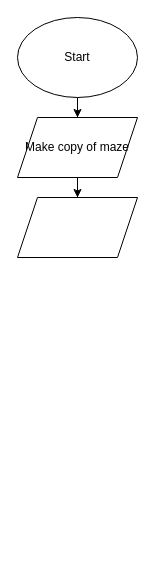
The draw.io diagram PathFinder 1.drawio in stanbennard/MazeProject2021, before the edit. Source tidied: cells renumbered, new cells numbered last; positions are measured from the earlier drawing's top-left corner, leaving out a move shared by most shapes. Both pictures are drawn from the tidied source at 100%, with x=0, y=0 at pixel (17, 17).
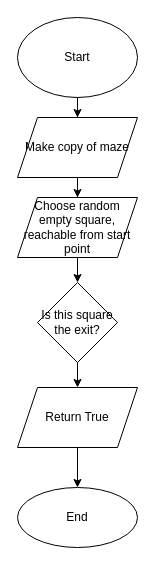
Above is the later version.

The edit, as a diff of the source:
```diff
@@
 <mxGraphModel>
   <root>
     <mxCell id="0" />
     <mxCell id="1" parent="0" />
     <mxCell id="2" style="edgeStyle=orthogonalEdgeStyle;rounded=0;jettySize=auto;html=1;" parent="1" edge="1" source="3" target="5">
       <mxGeometry relative="1" as="geometry" />
     </mxCell>
     <mxCell id="3" value="Start" style="ellipse;whiteSpace=wrap;html=1;" parent="1" vertex="1">
       <mxGeometry width="120" height="80" as="geometry" />
     </mxCell>
     <mxCell id="4" style="edgeStyle=orthogonalEdgeStyle;rounded=0;jettySize=auto;html=1;" parent="1" edge="1" source="5" target="6">
       <mxGeometry relative="1" as="geometry" />
     </mxCell>
     <mxCell id="5" value="Make copy of maze" style="shape=parallelogram;perimeter=parallelogramPerimeter;whiteSpace=wrap;html=1;fixedSize=1;" parent="1" vertex="1">
       <mxGeometry y="100" width="120" height="60" as="geometry" />
     </mxCell>
+    <mxCell id="7" style="edgeStyle=orthogonalEdgeStyle;rounded=0;jettySize=auto;html=1;" parent="1" edge="1" source="6">
+      <mxGeometry relative="1" as="geometry">
+        <mxPoint x="60" y="265" as="targetPoint" />
+      </mxGeometry>
+    </mxCell>
-    <mxCell id="6" style="shape=parallelogram;perimeter=parallelogramPerimeter;whiteSpace=wrap;html=1;fixedSize=1;" parent="1" vertex="1">
+    <mxCell id="6" value="Choose random empty square, reachable from start point" style="shape=parallelogram;perimeter=parallelogramPerimeter;whiteSpace=wrap;html=1;fixedSize=1;" parent="1" vertex="1">
       <mxGeometry y="180" width="120" height="60" as="geometry" />
     </mxCell>
+    <mxCell id="8" style="edgeStyle=orthogonalEdgeStyle;rounded=0;jettySize=auto;html=1;" parent="1" edge="1" source="9">
+      <mxGeometry relative="1" as="geometry">
+        <mxPoint x="60" y="370" as="targetPoint" />
+      </mxGeometry>
+    </mxCell>
+    <mxCell id="9" value="Is this square the exit?" style="rhombus;whiteSpace=wrap;html=1;" parent="1" vertex="1">
+      <mxGeometry x="20" y="265" width="80" height="80" as="geometry" />
+    </mxCell>
+    <mxCell id="10" value="End" style="ellipse;whiteSpace=wrap;html=1;" parent="1" vertex="1">
+      <mxGeometry y="470" width="120" height="60" as="geometry" />
+    </mxCell>
+    <mxCell id="11" style="edgeStyle=orthogonalEdgeStyle;rounded=0;jettySize=auto;html=1;" parent="1" edge="1" source="12" target="10">
+      <mxGeometry relative="1" as="geometry" />
+    </mxCell>
+    <mxCell id="12" value="Return True" style="shape=parallelogram;perimeter=parallelogramPerimeter;whiteSpace=wrap;html=1;fixedSize=1;" parent="1" vertex="1">
+      <mxGeometry y="370" width="120" height="60" as="geometry" />
+    </mxCell>
   </root>
 </mxGraphModel>
```
